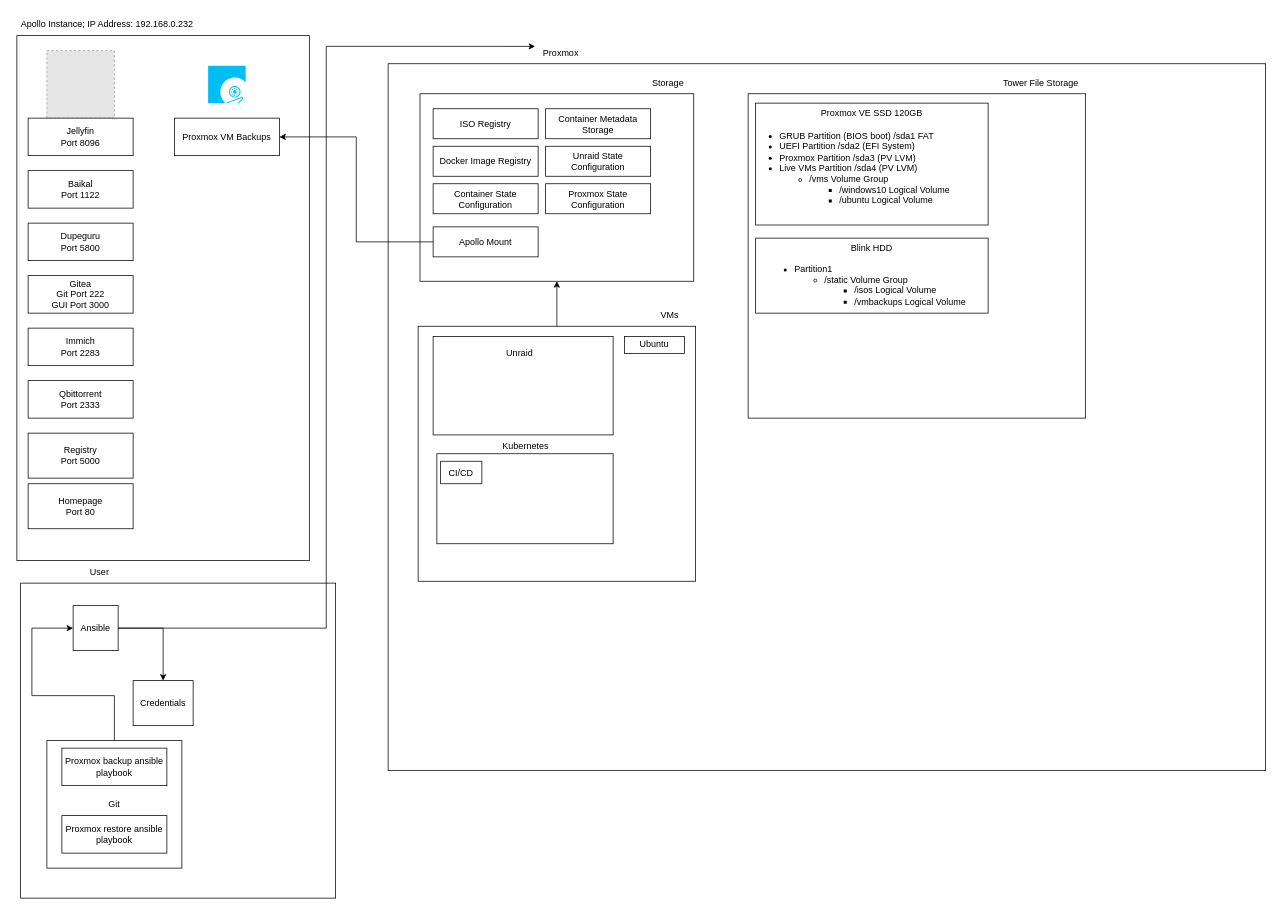
This is diagrams/proxmox.drawio from alialiusefi/tower-proxmox, a draw.io file, before an edit. Source tidied: cells renumbered, new cells numbered last; positions are measured from the earlier drawing's top-left corner, leaving out a move shared by most shapes. Both pictures are drawn from the tidied source at 75%, with x=0, y=0 at pixel (13, 13). Pictures stored in the file or linked from it are replaced by grey dashed boxes.
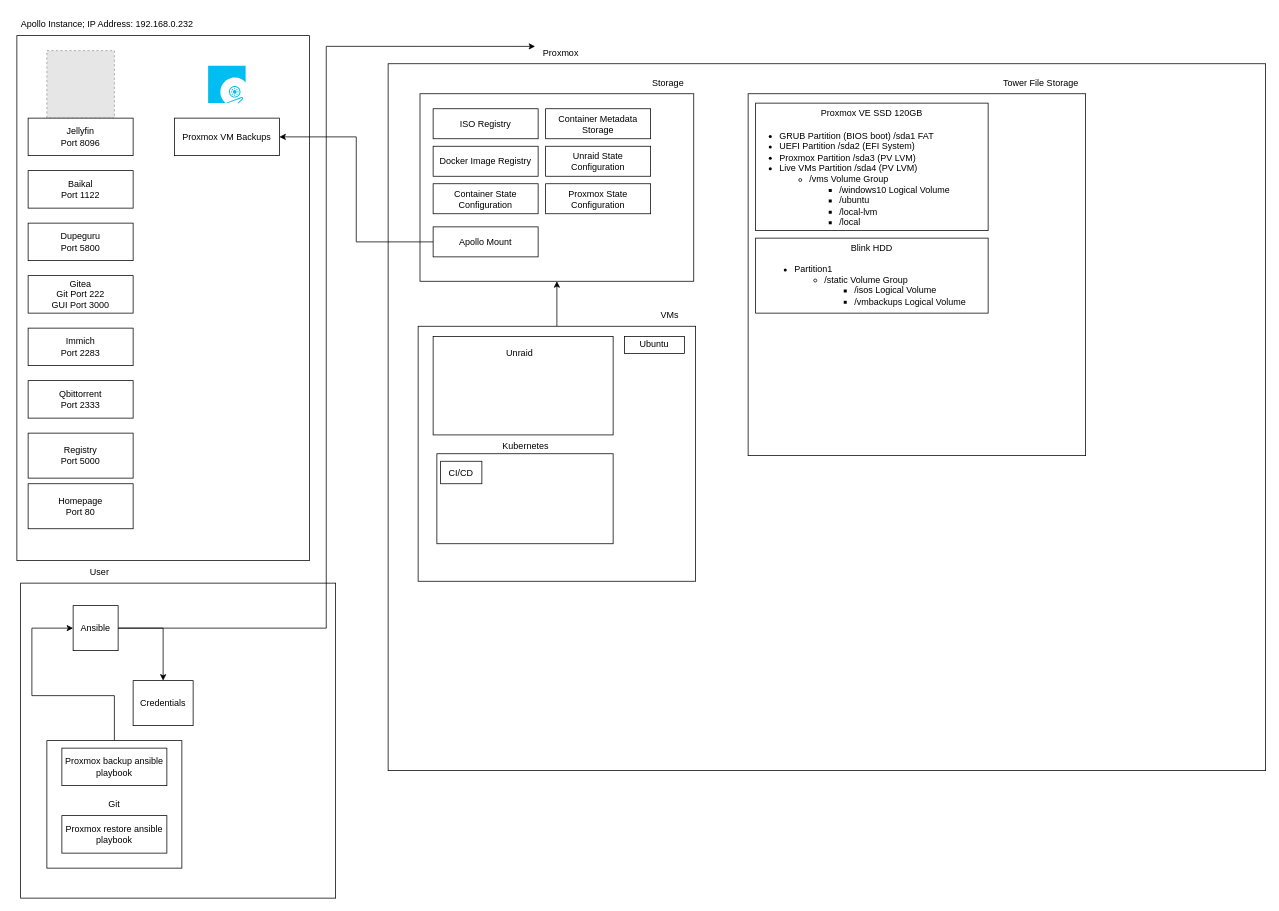
The same diagram, later.

Change to the diagram source:
```diff
@@
     <mxCell id="38" style="rounded=0;whiteSpace=wrap;html=1;" parent="1" vertex="1">
-      <mxGeometry x="980" y="107.5" width="450" height="432.5" as="geometry" />
+      <mxGeometry x="980" y="107.5" width="450" height="482.5" as="geometry" />
     </mxCell>
@@
     <mxCell id="40" value="Proxmox VE SSD 120GB" style="rounded=0;whiteSpace=wrap;html=1;verticalAlign=top;" parent="1" vertex="1">
-      <mxGeometry x="990" y="120" width="310" height="162.5" as="geometry" />
+      <mxGeometry x="990" y="120" width="310" height="170" as="geometry" />
     </mxCell>
@@
-    <mxCell id="48" value="&lt;ul&gt;&lt;li&gt;GRUB Partition (BIOS boot) /sda1 FAT&lt;/li&gt;&lt;li&gt;UEFI Partition /sda2 (EFI System)&amp;nbsp;&lt;/li&gt;&lt;li&gt;Proxmox Partition /sda3 (PV LVM)&lt;/li&gt;&lt;li&gt;Live VMs Partition /sda4 (PV LVM)&lt;/li&gt;&lt;ul&gt;&lt;li&gt;/vms Volume Group&lt;/li&gt;&lt;ul&gt;&lt;li&gt;/windows10 Logical Volume&lt;/li&gt;&lt;li&gt;/ubuntu Logical Volume&lt;/li&gt;&lt;/ul&gt;&lt;/ul&gt;&lt;/ul&gt;" style="text;strokeColor=none;fillColor=none;html=1;whiteSpace=wrap;verticalAlign=top;overflow=hidden;" parent="1" vertex="1">
+    <mxCell id="48" value="&lt;ul&gt;&lt;li&gt;GRUB Partition (BIOS boot) /sda1 FAT&lt;/li&gt;&lt;li&gt;UEFI Partition /sda2 (EFI System)&amp;nbsp;&lt;/li&gt;&lt;li&gt;Proxmox Partition /sda3 (PV LVM)&lt;/li&gt;&lt;li&gt;Live VMs Partition /sda4 (PV LVM)&lt;/li&gt;&lt;ul&gt;&lt;li&gt;/vms Volume Group&lt;/li&gt;&lt;ul&gt;&lt;li&gt;/windows10 Logical Volume&lt;/li&gt;&lt;li&gt;/ubuntu&lt;/li&gt;&lt;li&gt;/local-lvm&lt;/li&gt;&lt;li&gt;/local&lt;/li&gt;&lt;/ul&gt;&lt;/ul&gt;&lt;/ul&gt;" style="text;strokeColor=none;fillColor=none;html=1;whiteSpace=wrap;verticalAlign=top;overflow=hidden;" parent="1" vertex="1">
       <mxGeometry x="980" y="137.5" width="280" height="142.5" as="geometry" />
     </mxCell>
```
